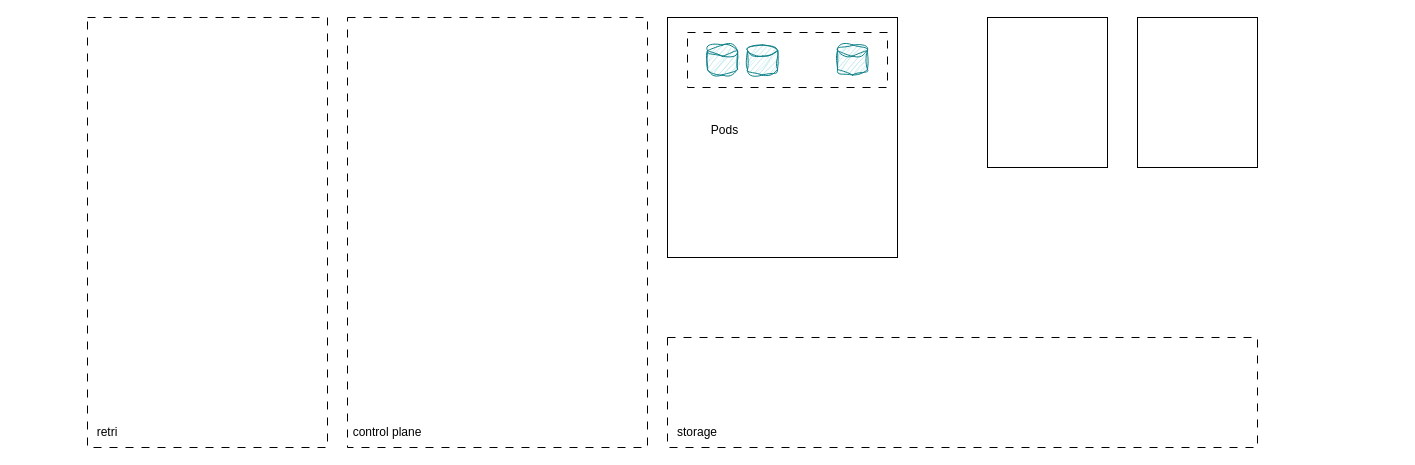
zgchen2000/drawio keeps this draw.io diagram as retri.drawio. Above is the earlier version. Source tidied: cells renumbered, new cells numbered last; positions are measured from the earlier drawing's top-left corner, leaving out a move shared by most shapes. Both pictures are drawn from the tidied source at 100%, with x=0, y=0 at pixel (87, 17).
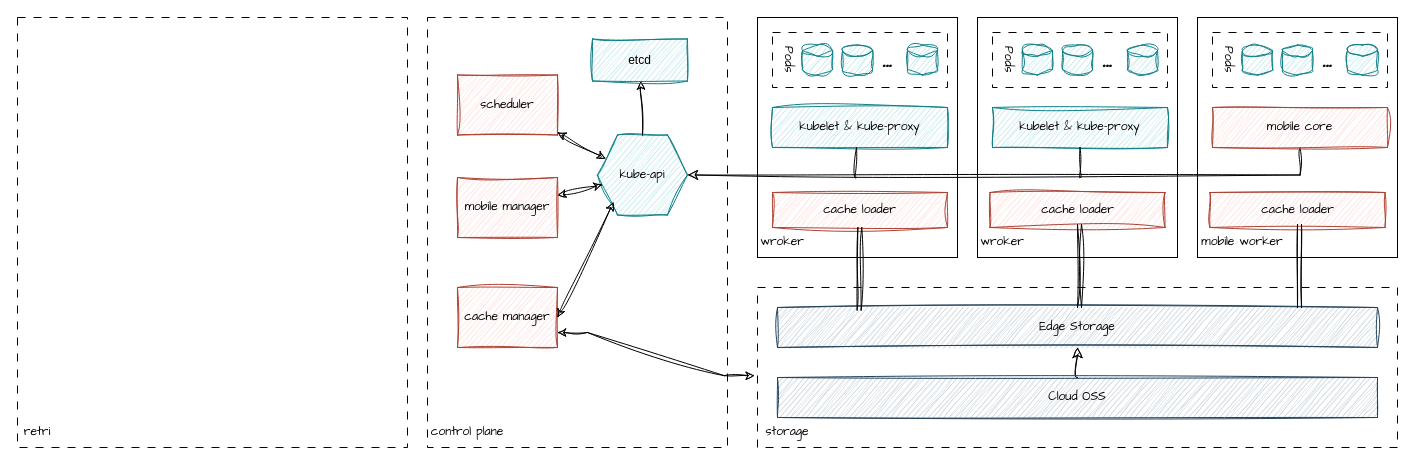
Above is the later version.

Change to the diagram source:
```diff
@@
-    <mxCell id="2" style="rounded=0;whiteSpace=wrap;html=1;fillColor=none;" parent="1" vertex="1">
-      <mxGeometry x="580" width="230" height="240" as="geometry" />
+    <mxCell id="2" style="rounded=0;whiteSpace=wrap;html=1;fillColor=none;fontFamily=Comic Sans MS;" parent="1" vertex="1">
+      <mxGeometry x="670" width="200" height="240" as="geometry" />
     </mxCell>
-    <mxCell id="3" style="rounded=0;whiteSpace=wrap;html=1;fillColor=none;strokeColor=default;dashed=1;dashPattern=8 8;" parent="1" vertex="1">
-      <mxGeometry x="600" y="15" width="200" height="55" as="geometry" />
+    <mxCell id="3" style="rounded=0;whiteSpace=wrap;html=1;fillColor=none;strokeColor=default;dashed=1;dashPattern=8 8;fontFamily=Comic Sans MS;" parent="1" vertex="1">
+      <mxGeometry x="685" y="15" width="175" height="55" as="geometry" />
     </mxCell>
-    <mxCell id="4" style="rounded=0;whiteSpace=wrap;html=1;fillColor=none;strokeColor=default;dashed=1;dashPattern=8 8;" parent="1" vertex="1">
-      <mxGeometry width="240" height="430" as="geometry" />
+    <mxCell id="4" style="rounded=0;whiteSpace=wrap;html=1;fillColor=none;strokeColor=default;dashed=1;dashPattern=8 8;fontFamily=Comic Sans MS;" parent="1" vertex="1">
+      <mxGeometry x="-70" width="390" height="430" as="geometry" />
     </mxCell>
-    <mxCell id="5" value="retri" style="text;html=1;align=center;verticalAlign=middle;whiteSpace=wrap;rounded=0;" parent="1" vertex="1">
-      <mxGeometry y="400" width="40" height="30" as="geometry" />
+    <mxCell id="5" value="retri" style="text;html=1;align=center;verticalAlign=middle;whiteSpace=wrap;rounded=0;fontFamily=Comic Sans MS;" parent="1" vertex="1">
+      <mxGeometry x="-70" y="400" width="40" height="30" as="geometry" />
     </mxCell>
-    <mxCell id="6" style="rounded=0;whiteSpace=wrap;html=1;fillColor=none;strokeColor=default;dashed=1;dashPattern=8 8;" parent="1" vertex="1">
-      <mxGeometry x="260" width="300" height="430" as="geometry" />
+    <mxCell id="6" style="rounded=0;whiteSpace=wrap;html=1;fillColor=none;strokeColor=default;dashed=1;dashPattern=8 8;fontFamily=Comic Sans MS;" parent="1" vertex="1">
+      <mxGeometry x="340" width="300" height="430" as="geometry" />
     </mxCell>
-    <mxCell id="7" value="control plane" style="text;html=1;align=center;verticalAlign=middle;whiteSpace=wrap;rounded=0;" parent="1" vertex="1">
-      <mxGeometry x="260" y="400" width="80" height="30" as="geometry" />
+    <mxCell id="7" value="control plane" style="text;html=1;align=center;verticalAlign=middle;whiteSpace=wrap;rounded=0;fontFamily=Comic Sans MS;" parent="1" vertex="1">
+      <mxGeometry x="340" y="400" width="80" height="30" as="geometry" />
     </mxCell>
-    <mxCell id="8" style="rounded=0;whiteSpace=wrap;html=1;fillColor=none;strokeColor=default;dashed=1;dashPattern=8 8;" parent="1" vertex="1">
-      <mxGeometry x="580" y="320" width="590" height="110" as="geometry" />
+    <mxCell id="8" style="rounded=0;whiteSpace=wrap;html=1;fillColor=none;strokeColor=default;dashed=1;dashPattern=8 8;fontFamily=Comic Sans MS;" parent="1" vertex="1">
+      <mxGeometry x="670" y="270" width="640" height="160" as="geometry" />
     </mxCell>
-    <mxCell id="9" value="storage" style="text;html=1;align=center;verticalAlign=middle;whiteSpace=wrap;rounded=0;" parent="1" vertex="1">
-      <mxGeometry x="580" y="400" width="60" height="30" as="geometry" />
+    <mxCell id="9" value="storage" style="text;html=1;align=center;verticalAlign=middle;whiteSpace=wrap;rounded=0;fontFamily=Comic Sans MS;" parent="1" vertex="1">
+      <mxGeometry x="670" y="400" width="60" height="30" as="geometry" />
     </mxCell>
-    <mxCell id="10" style="rounded=0;whiteSpace=wrap;html=1;fillColor=none;" parent="1" vertex="1">
-      <mxGeometry x="900" width="120" height="150" as="geometry" />
-    </mxCell>
-    <mxCell id="11" style="rounded=0;whiteSpace=wrap;html=1;fillColor=none;" parent="1" vertex="1">
-      <mxGeometry x="1050" width="120" height="150" as="geometry" />
-    </mxCell>
-    <mxCell id="12" style="shape=cylinder3;whiteSpace=wrap;html=1;boundedLbl=1;backgroundOutline=1;size=5.60003662109375;sketch=1;curveFitting=1;jiggle=2;fillColor=#b0e3e6;strokeColor=#0e8088;" parent="1" vertex="1">
-      <mxGeometry x="620" y="27.5" width="30" height="30" as="geometry" />
+    <mxCell id="12" style="shape=cylinder3;whiteSpace=wrap;html=1;boundedLbl=1;backgroundOutline=1;size=5.60003662109375;sketch=1;curveFitting=1;jiggle=2;fillColor=#b0e3e6;strokeColor=#0e8088;fontFamily=Comic Sans MS;" parent="1" vertex="1">
+      <mxGeometry x="715" y="27.5" width="30" height="30" as="geometry" />
     </mxCell>
-    <mxCell id="13" style="shape=cylinder3;whiteSpace=wrap;html=1;boundedLbl=1;backgroundOutline=1;size=5.60003662109375;sketch=1;curveFitting=1;jiggle=2;fillColor=#b0e3e6;strokeColor=#0e8088;" parent="1" vertex="1">
-      <mxGeometry x="750" y="27.5" width="30" height="30" as="geometry" />
+    <mxCell id="13" style="shape=cylinder3;whiteSpace=wrap;html=1;boundedLbl=1;backgroundOutline=1;size=5.60003662109375;sketch=1;curveFitting=1;jiggle=2;fillColor=#b0e3e6;strokeColor=#0e8088;fontFamily=Comic Sans MS;" parent="1" vertex="1">
+      <mxGeometry x="820" y="27.5" width="30" height="30" as="geometry" />
     </mxCell>
-    <mxCell id="14" style="shape=cylinder3;whiteSpace=wrap;html=1;boundedLbl=1;backgroundOutline=1;size=5.60003662109375;sketch=1;curveFitting=1;jiggle=2;fillColor=#b0e3e6;strokeColor=#0e8088;" parent="1" vertex="1">
-      <mxGeometry x="660" y="27.5" width="30" height="30" as="geometry" />
+    <mxCell id="14" style="shape=cylinder3;whiteSpace=wrap;html=1;boundedLbl=1;backgroundOutline=1;size=5.60003662109375;sketch=1;curveFitting=1;jiggle=2;fillColor=#b0e3e6;strokeColor=#0e8088;fontFamily=Comic Sans MS;" parent="1" vertex="1">
+      <mxGeometry x="755" y="27.5" width="30" height="30" as="geometry" />
     </mxCell>
-    <mxCell id="15" value="Pods" style="text;html=1;align=center;verticalAlign=middle;whiteSpace=wrap;rounded=0;direction=north;" parent="1" vertex="1">
-      <mxGeometry x="625" y="85" width="25" height="55" as="geometry" />
+    <mxCell id="15" value="Pods" style="text;html=1;align=center;verticalAlign=middle;whiteSpace=wrap;rounded=0;direction=south;flipV=1;flipH=0;textDirection=vertical-lr;fontFamily=Comic Sans MS;" parent="1" vertex="1">
+      <mxGeometry x="685" y="15" width="30" height="55" as="geometry" />
     </mxCell>
+    <mxCell id="16" value="&lt;font style=&quot;font-size: 23px;&quot;&gt;&lt;b&gt;...&lt;/b&gt;&lt;/font&gt;" style="text;html=1;align=center;verticalAlign=middle;whiteSpace=wrap;rounded=0;fontFamily=Comic Sans MS;" parent="1" vertex="1">
+      <mxGeometry x="770" y="27.5" width="60" height="30" as="geometry" />
+    </mxCell>
+    <mxCell id="17" value="wroker" style="text;html=1;align=center;verticalAlign=middle;whiteSpace=wrap;rounded=0;fontFamily=Comic Sans MS;" parent="1" vertex="1">
+      <mxGeometry x="670" y="210" width="50" height="30" as="geometry" />
+    </mxCell>
+    <mxCell id="18" value="kubelet &amp;amp; kube-proxy" style="rounded=0;whiteSpace=wrap;html=1;sketch=1;curveFitting=1;jiggle=2;fillColor=#b0e3e6;strokeColor=#0e8088;fontFamily=Comic Sans MS;" parent="1" vertex="1">
+      <mxGeometry x="685" y="90" width="175" height="40" as="geometry" />
+    </mxCell>
+    <mxCell id="19" style="edgeStyle=orthogonalEdgeStyle;rounded=0;jettySize=auto;html=1;fontSize=12;startSize=8;endSize=8;sketch=1;curveFitting=1;jiggle=2;entryX=0.5;entryY=1;entryDx=0;entryDy=0;startArrow=classic;startFill=0;endArrow=none;fontFamily=Comic Sans MS;" parent="1" edge="1" source="20" target="38">
+      <mxGeometry relative="1" as="geometry" />
+    </mxCell>
+    <mxCell id="20" value="kube-api" style="shape=hexagon;perimeter=hexagonPerimeter2;whiteSpace=wrap;html=1;fixedSize=1;sketch=1;curveFitting=1;jiggle=2;fillColor=#b0e3e6;strokeColor=#0e8088;fontFamily=Comic Sans MS;" parent="1" vertex="1">
+      <mxGeometry x="510" y="117.5" width="90" height="80" as="geometry" />
+    </mxCell>
+    <mxCell id="21" style="rounded=0;whiteSpace=wrap;html=1;fillColor=none;fontFamily=Comic Sans MS;" parent="1" vertex="1">
+      <mxGeometry x="890" width="200" height="240" as="geometry" />
+    </mxCell>
+    <mxCell id="22" style="rounded=0;whiteSpace=wrap;html=1;fillColor=none;strokeColor=default;dashed=1;dashPattern=8 8;fontFamily=Comic Sans MS;" parent="1" vertex="1">
+      <mxGeometry x="905" y="15" width="175" height="55" as="geometry" />
+    </mxCell>
+    <mxCell id="23" style="shape=cylinder3;whiteSpace=wrap;html=1;boundedLbl=1;backgroundOutline=1;size=5.60003662109375;sketch=1;curveFitting=1;jiggle=2;fillColor=#b0e3e6;strokeColor=#0e8088;fontFamily=Comic Sans MS;" parent="1" vertex="1">
+      <mxGeometry x="935" y="27.5" width="30" height="30" as="geometry" />
+    </mxCell>
+    <mxCell id="24" style="shape=cylinder3;whiteSpace=wrap;html=1;boundedLbl=1;backgroundOutline=1;size=5.60003662109375;sketch=1;curveFitting=1;jiggle=2;fillColor=#b0e3e6;strokeColor=#0e8088;fontFamily=Comic Sans MS;" parent="1" vertex="1">
+      <mxGeometry x="1040" y="27.5" width="30" height="30" as="geometry" />
+    </mxCell>
+    <mxCell id="25" style="shape=cylinder3;whiteSpace=wrap;html=1;boundedLbl=1;backgroundOutline=1;size=5.60003662109375;sketch=1;curveFitting=1;jiggle=2;fillColor=#b0e3e6;strokeColor=#0e8088;fontFamily=Comic Sans MS;" parent="1" vertex="1">
+      <mxGeometry x="975" y="27.5" width="30" height="30" as="geometry" />
+    </mxCell>
+    <mxCell id="26" value="Pods" style="text;html=1;align=center;verticalAlign=middle;whiteSpace=wrap;rounded=0;direction=south;flipV=1;flipH=0;textDirection=vertical-lr;fontFamily=Comic Sans MS;" parent="1" vertex="1">
+      <mxGeometry x="905" y="15" width="30" height="55" as="geometry" />
+    </mxCell>
+    <mxCell id="27" value="&lt;font style=&quot;font-size: 23px;&quot;&gt;&lt;b&gt;...&lt;/b&gt;&lt;/font&gt;" style="text;html=1;align=center;verticalAlign=middle;whiteSpace=wrap;rounded=0;fontFamily=Comic Sans MS;" parent="1" vertex="1">
+      <mxGeometry x="990" y="27.5" width="60" height="30" as="geometry" />
+    </mxCell>
+    <mxCell id="28" value="wroker" style="text;html=1;align=center;verticalAlign=middle;whiteSpace=wrap;rounded=0;fontFamily=Comic Sans MS;" parent="1" vertex="1">
+      <mxGeometry x="890" y="210" width="50" height="30" as="geometry" />
+    </mxCell>
+    <mxCell id="29" value="kubelet &amp;amp; kube-proxy" style="rounded=0;whiteSpace=wrap;html=1;sketch=1;curveFitting=1;jiggle=2;fillColor=#b0e3e6;strokeColor=#0e8088;fontFamily=Comic Sans MS;" parent="1" vertex="1">
+      <mxGeometry x="905" y="90" width="175" height="40" as="geometry" />
+    </mxCell>
+    <mxCell id="30" style="rounded=0;whiteSpace=wrap;html=1;fillColor=none;strokeColor=light-dark(#000000, #f96c30);fontFamily=Comic Sans MS;" parent="1" vertex="1">
+      <mxGeometry x="1110" width="200" height="240" as="geometry" />
+    </mxCell>
+    <mxCell id="31" style="rounded=0;whiteSpace=wrap;html=1;fillColor=none;strokeColor=default;dashed=1;dashPattern=8 8;fontFamily=Comic Sans MS;" parent="1" vertex="1">
+      <mxGeometry x="1125" y="15" width="175" height="55" as="geometry" />
+    </mxCell>
+    <mxCell id="32" style="shape=cylinder3;whiteSpace=wrap;html=1;boundedLbl=1;backgroundOutline=1;size=5.60003662109375;sketch=1;curveFitting=1;jiggle=2;fillColor=#b0e3e6;strokeColor=#0e8088;fontFamily=Comic Sans MS;" parent="1" vertex="1">
+      <mxGeometry x="1155" y="27.5" width="30" height="30" as="geometry" />
+    </mxCell>
+    <mxCell id="33" style="shape=cylinder3;whiteSpace=wrap;html=1;boundedLbl=1;backgroundOutline=1;size=5.60003662109375;sketch=1;curveFitting=1;jiggle=2;fillColor=#b0e3e6;strokeColor=#0e8088;fontFamily=Comic Sans MS;" parent="1" vertex="1">
+      <mxGeometry x="1260" y="27.5" width="30" height="30" as="geometry" />
+    </mxCell>
+    <mxCell id="34" style="shape=cylinder3;whiteSpace=wrap;html=1;boundedLbl=1;backgroundOutline=1;size=5.60003662109375;sketch=1;curveFitting=1;jiggle=2;fillColor=#b0e3e6;strokeColor=#0e8088;fontFamily=Comic Sans MS;" parent="1" vertex="1">
+      <mxGeometry x="1195" y="27.5" width="30" height="30" as="geometry" />
+    </mxCell>
+    <mxCell id="35" value="Pods" style="text;html=1;align=center;verticalAlign=middle;whiteSpace=wrap;rounded=0;direction=south;flipV=1;flipH=0;textDirection=vertical-lr;fontFamily=Comic Sans MS;" parent="1" vertex="1">
+      <mxGeometry x="1125" y="15" width="30" height="55" as="geometry" />
+    </mxCell>
+    <mxCell id="36" value="&lt;font style=&quot;font-size: 23px;&quot;&gt;&lt;b&gt;...&lt;/b&gt;&lt;/font&gt;" style="text;html=1;align=center;verticalAlign=middle;whiteSpace=wrap;rounded=0;fontFamily=Comic Sans MS;" parent="1" vertex="1">
+      <mxGeometry x="1210" y="27.5" width="60" height="30" as="geometry" />
+    </mxCell>
+    <mxCell id="37" value="mobile worker" style="text;html=1;align=center;verticalAlign=middle;whiteSpace=wrap;rounded=0;fontFamily=Comic Sans MS;" parent="1" vertex="1">
+      <mxGeometry x="1110" y="210" width="90" height="30" as="geometry" />
+    </mxCell>
+    <mxCell id="38" value="mobile core" style="rounded=0;whiteSpace=wrap;html=1;sketch=1;curveFitting=1;jiggle=2;fillColor=#fad9d5;strokeColor=#ae4132;fontFamily=Comic Sans MS;" parent="1" vertex="1">
+      <mxGeometry x="1125" y="90" width="175" height="40" as="geometry" />
+    </mxCell>
+    <mxCell id="39" style="endArrow=none;html=1;rounded=0;fontSize=12;startSize=8;endSize=8;curved=1;entryX=0.5;entryY=1;entryDx=0;entryDy=0;sketch=1;curveFitting=1;jiggle=2;startFill=0;fontFamily=Comic Sans MS;" parent="1" edge="1" target="29">
+      <mxGeometry relative="1" as="geometry">
+        <mxPoint x="993" y="160" as="sourcePoint" />
+      </mxGeometry>
+    </mxCell>
+    <mxCell id="40" style="endArrow=none;html=1;rounded=0;fontSize=12;startSize=8;endSize=8;curved=1;entryX=0.5;entryY=1;entryDx=0;entryDy=0;sketch=1;curveFitting=1;jiggle=2;startFill=0;fontFamily=Comic Sans MS;" parent="1" edge="1">
+      <mxGeometry relative="1" as="geometry">
+        <mxPoint x="769" y="160" as="sourcePoint" />
+        <mxPoint x="769" y="130" as="targetPoint" />
+      </mxGeometry>
+    </mxCell>
+    <mxCell id="41" style="edgeStyle=none;curved=1;rounded=0;jettySize=auto;html=1;entryX=0;entryY=0.25;entryDx=0;entryDy=0;fontSize=12;sketch=1;curveFitting=1;jiggle=2;startArrow=classic;startFill=1;fontFamily=Comic Sans MS;" parent="1" edge="1" source="42" target="20">
+      <mxGeometry relative="1" as="geometry" />
+    </mxCell>
+    <mxCell id="42" value="scheduler" style="rounded=0;whiteSpace=wrap;html=1;sketch=1;curveFitting=1;jiggle=2;fillColor=#fad9d5;strokeColor=#ae4132;fontFamily=Comic Sans MS;" parent="1" vertex="1">
+      <mxGeometry x="370" y="57.5" width="100" height="60" as="geometry" />
+    </mxCell>
+    <mxCell id="43" value="cache manager" style="rounded=0;whiteSpace=wrap;html=1;sketch=1;curveFitting=1;jiggle=2;fillColor=#fad9d5;strokeColor=#ae4132;fontFamily=Comic Sans MS;" parent="1" vertex="1">
+      <mxGeometry x="370" y="270" width="100" height="60" as="geometry" />
+    </mxCell>
+    <mxCell id="44" style="edgeStyle=none;curved=1;rounded=0;jettySize=auto;html=1;fontSize=12;sketch=1;curveFitting=1;jiggle=2;startArrow=classic;startFill=1;fontFamily=Comic Sans MS;" parent="1" edge="1" source="45" target="20">
+      <mxGeometry relative="1" as="geometry" />
+    </mxCell>
+    <mxCell id="45" value="mobile manager" style="rounded=0;whiteSpace=wrap;html=1;sketch=1;curveFitting=1;jiggle=2;fillColor=#fad9d5;strokeColor=#ae4132;fontFamily=Comic Sans MS;" parent="1" vertex="1">
+      <mxGeometry x="370" y="160" width="100" height="60" as="geometry" />
+    </mxCell>
+    <mxCell id="46" value="cache loader" style="rounded=0;whiteSpace=wrap;html=1;sketch=1;curveFitting=1;jiggle=2;fillColor=#fad9d5;strokeColor=#ae4132;fontFamily=Comic Sans MS;" parent="1" vertex="1">
+      <mxGeometry x="685" y="175" width="175" height="35" as="geometry" />
+    </mxCell>
+    <mxCell id="47" value="cache loader" style="rounded=0;whiteSpace=wrap;html=1;sketch=1;curveFitting=1;jiggle=2;fillColor=#fad9d5;strokeColor=#ae4132;fontFamily=Comic Sans MS;" parent="1" vertex="1">
+      <mxGeometry x="1122.5" y="175" width="175" height="35" as="geometry" />
+    </mxCell>
+    <mxCell id="48" value="cache loader" style="rounded=0;whiteSpace=wrap;html=1;sketch=1;curveFitting=1;jiggle=2;fillColor=#fad9d5;strokeColor=#ae4132;fontFamily=Comic Sans MS;" parent="1" vertex="1">
+      <mxGeometry x="902.5" y="175" width="175" height="35" as="geometry" />
+    </mxCell>
+    <mxCell id="49" style="edgeStyle=none;curved=1;rounded=0;jettySize=auto;html=1;entryX=0.178;entryY=0.839;entryDx=0;entryDy=0;entryPerimeter=0;fontSize=12;exitX=1;exitY=0.5;exitDx=0;exitDy=0;sketch=1;curveFitting=1;jiggle=2;startArrow=classic;startFill=1;fontFamily=Comic Sans MS;" parent="1" edge="1" source="43" target="20">
+      <mxGeometry relative="1" as="geometry" />
+    </mxCell>
+    <mxCell id="50" value="Edge Storage" style="rounded=0;whiteSpace=wrap;html=1;sketch=1;curveFitting=1;jiggle=2;fillColor=#bac8d3;strokeColor=#23445d;fontFamily=Comic Sans MS;" parent="1" vertex="1">
+      <mxGeometry x="690" y="290" width="600" height="40" as="geometry" />
+    </mxCell>
+    <mxCell id="51" style="edgeStyle=none;curved=1;rounded=0;jettySize=auto;html=1;entryX=0.136;entryY=0.068;entryDx=0;entryDy=0;entryPerimeter=0;fontSize=12;sketch=1;curveFitting=1;jiggle=2;endArrow=classic;startFill=1;startArrow=classic;endFill=1;shape=link;fontFamily=Comic Sans MS;" parent="1" edge="1" source="46" target="50">
+      <mxGeometry relative="1" as="geometry" />
+    </mxCell>
+    <mxCell id="52" style="edgeStyle=none;curved=1;rounded=0;orthogonalLoop=1;jettySize=auto;html=1;entryX=0.136;entryY=0.068;entryDx=0;entryDy=0;entryPerimeter=0;fontSize=12;sketch=1;curveFitting=1;jiggle=2;endArrow=classic;startFill=1;startArrow=classic;endFill=1;shape=link;fontFamily=Comic Sans MS;" parent="1" edge="1">
+      <mxGeometry relative="1" as="geometry">
+        <mxPoint x="992" y="207" as="sourcePoint" />
+        <mxPoint x="992" y="290" as="targetPoint" />
+      </mxGeometry>
+    </mxCell>
+    <mxCell id="53" style="edgeStyle=none;curved=1;rounded=0;orthogonalLoop=1;jettySize=auto;html=1;entryX=0.136;entryY=0.068;entryDx=0;entryDy=0;entryPerimeter=0;fontSize=12;sketch=1;curveFitting=1;jiggle=2;endArrow=classic;startFill=1;startArrow=classic;endFill=1;shape=link;fontFamily=Comic Sans MS;" parent="1" edge="1">
+      <mxGeometry relative="1" as="geometry">
+        <mxPoint x="1212" y="207" as="sourcePoint" />
+        <mxPoint x="1212" y="290" as="targetPoint" />
+      </mxGeometry>
+    </mxCell>
+    <mxCell id="54" style="edgeStyle=none;curved=1;rounded=0;jettySize=auto;html=1;entryX=0.5;entryY=1;entryDx=0;entryDy=0;fontSize=12;startSize=8;endSize=8;sketch=1;curveFitting=1;jiggle=2;fontFamily=Comic Sans MS;" parent="1" edge="1" source="55" target="50">
+      <mxGeometry relative="1" as="geometry" />
+    </mxCell>
+    <mxCell id="55" value="Cloud OSS" style="rounded=0;whiteSpace=wrap;html=1;sketch=1;curveFitting=1;jiggle=2;fillColor=#bac8d3;strokeColor=#23445d;fontFamily=Comic Sans MS;" parent="1" vertex="1">
+      <mxGeometry x="690" y="360" width="600" height="40" as="geometry" />
+    </mxCell>
+    <mxCell id="56" style="endArrow=classic;startArrow=classic;html=1;rounded=0;fontSize=12;exitX=1;exitY=0.75;exitDx=0;exitDy=0;entryX=-0.005;entryY=0.551;entryDx=0;entryDy=0;entryPerimeter=0;sketch=1;curveFitting=1;jiggle=2;edgeStyle=entityRelationEdgeStyle;fontFamily=Comic Sans MS;" parent="1" edge="1" source="43" target="8">
+      <mxGeometry relative="1" as="geometry" />
+    </mxCell>
+    <mxCell id="57" style="edgeStyle=none;curved=1;rounded=0;jettySize=auto;html=1;entryX=0.5;entryY=0;entryDx=0;entryDy=0;fontSize=12;sketch=1;curveFitting=1;jiggle=2;startArrow=classic;startFill=0;endArrow=none;endFill=1;" parent="1" edge="1" source="58" target="20">
+      <mxGeometry relative="1" as="geometry" />
+    </mxCell>
+    <mxCell id="58" value="etcd" style="rounded=0;whiteSpace=wrap;html=1;sketch=1;curveFitting=1;jiggle=2;fillColor=#b0e3e6;strokeColor=#0e8088;" parent="1" vertex="1">
+      <mxGeometry x="505" y="21.5" width="95" height="42" as="geometry" />
+    </mxCell>
```
